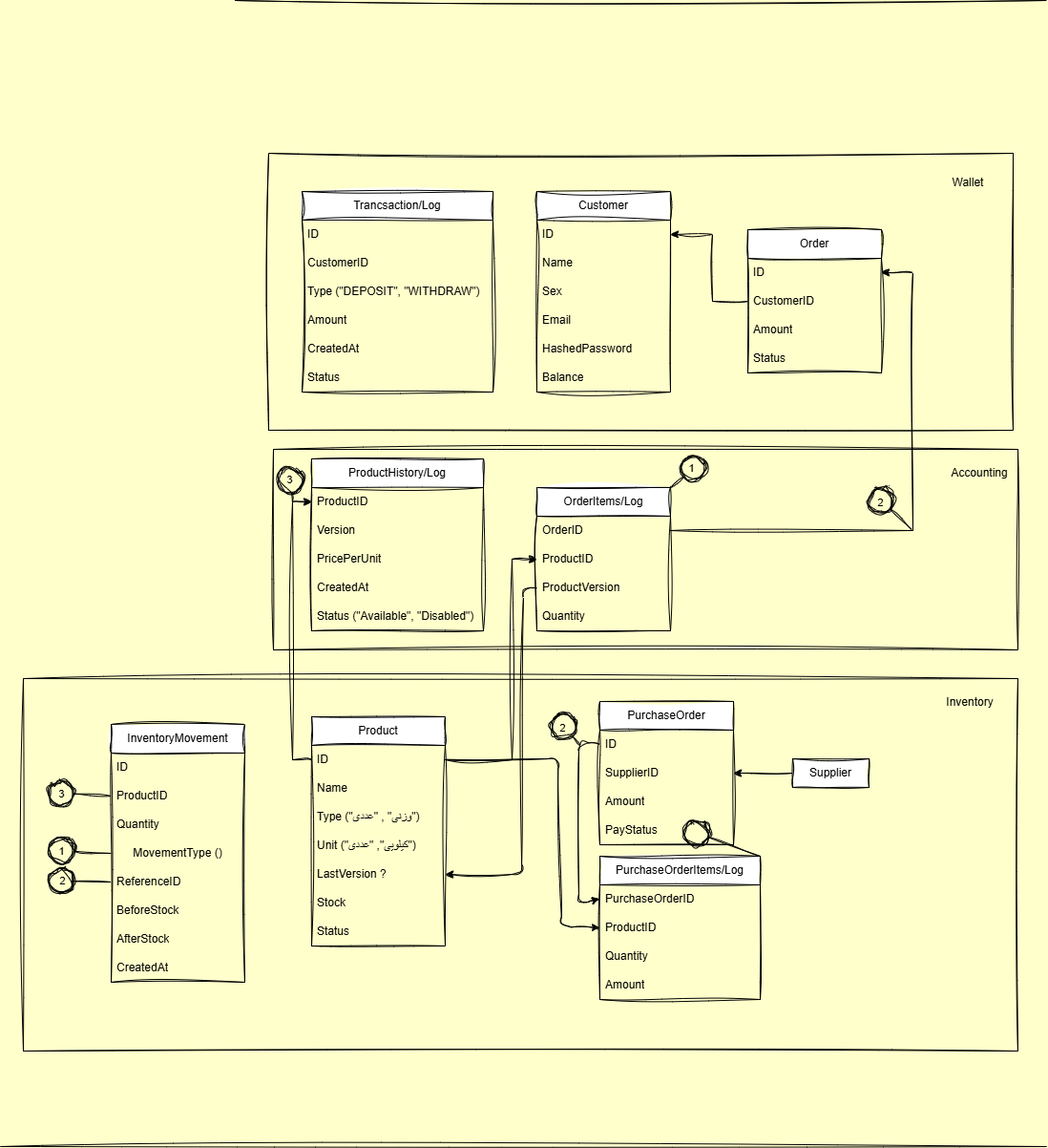
Earlier version of the draw.io export CoffeeShop/diagram.dio.png (imanlangaran/mini-projects). Source tidied: cells renumbered, new cells last; positions are measured from the earlier drawing's top-left corner, leaving out a move shared by most shapes.
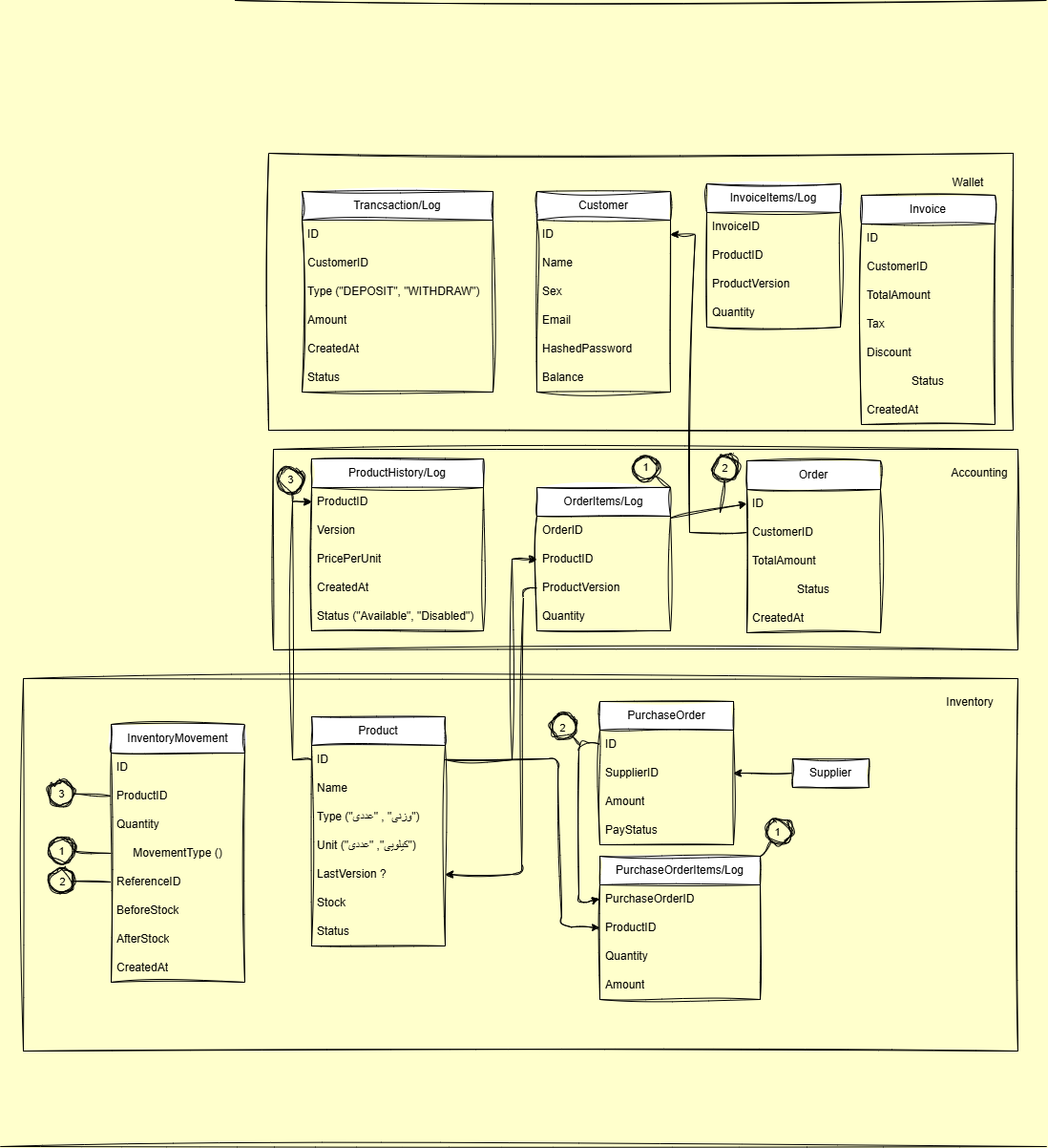
The same file after the commit.

Commit message:
adding invoice and invoice items

The edit, as a diff of the source:
```diff
@@ -78,7 +78,7 @@
       <mxGeometry y="210" width="140" height="30" as="geometry" />
     </mxCell>
     <mxCell id="27" value="Order" style="swimlane;fontStyle=0;horizontal=1;startSize=30;whiteSpace=wrap;html=1;rounded=0;sketch=1;curveFitting=1;jiggle=2;" parent="1" vertex="1">
-      <mxGeometry x="783" y="240" width="140" height="150" as="geometry" />
+      <mxGeometry x="782" y="482" width="140" height="180" as="geometry" />
     </mxCell>
     <mxCell id="28" value="ID" style="text;strokeColor=none;fillColor=none;align=left;verticalAlign=middle;spacingLeft=4;spacingRight=4;overflow=hidden;points=[[0,0.5],[1,0.5]];portConstraint=eastwest;whiteSpace=wrap;html=1;rounded=0;sketch=1;curveFitting=1;jiggle=2;" parent="27" vertex="1">
       <mxGeometry y="30" width="140" height="30" as="geometry" />
@@ -86,18 +86,21 @@
     <mxCell id="29" value="CustomerID" style="text;strokeColor=none;fillColor=none;align=left;verticalAlign=middle;spacingLeft=4;spacingRight=4;overflow=hidden;points=[[0,0.5],[1,0.5]];portConstraint=eastwest;whiteSpace=wrap;html=1;rounded=0;sketch=1;curveFitting=1;jiggle=2;" parent="27" vertex="1">
       <mxGeometry y="60" width="140" height="30" as="geometry" />
     </mxCell>
-    <mxCell id="30" value="Amount" style="text;strokeColor=none;fillColor=none;align=left;verticalAlign=middle;spacingLeft=4;spacingRight=4;overflow=hidden;whiteSpace=wrap;html=1;rounded=0;sketch=1;curveFitting=1;jiggle=2;" parent="27" vertex="1">
+    <mxCell id="30" value="TotalAmount" style="text;strokeColor=none;fillColor=none;align=left;verticalAlign=middle;spacingLeft=4;spacingRight=4;overflow=hidden;whiteSpace=wrap;html=1;rounded=0;sketch=1;curveFitting=1;jiggle=2;" parent="27" vertex="1">
       <mxGeometry y="90" width="140" height="30" as="geometry" />
     </mxCell>
-    <mxCell id="31" value="Status" style="text;strokeColor=none;fillColor=none;align=left;verticalAlign=middle;spacingLeft=4;spacingRight=4;overflow=hidden;whiteSpace=wrap;html=1;rounded=0;sketch=1;curveFitting=1;jiggle=2;" parent="27" vertex="1">
-      <mxGeometry y="120" width="140" height="30" as="geometry" />
-    </mxCell>
+    <mxCell id="91" value="&lt;span style=&quot;color: rgb(0, 0, 0);&quot;&gt;Status&lt;/span&gt;" style="swimlane;fontStyle=0;horizontal=1;startSize=30;whiteSpace=wrap;html=1;fillColor=none;strokeColor=none;fillStyle=auto;rounded=0;glass=0;shadow=0;swimlaneFillColor=#FFB366;align=center;sketch=1;curveFitting=1;jiggle=2;" parent="27" vertex="1" collapsed="1">
+      <mxGeometry y="120" width="140" height="30" as="geometry" />
+    </mxCell>
+    <mxCell id="92" value="CreatedAt" style="text;strokeColor=none;fillColor=none;align=left;verticalAlign=middle;spacingLeft=4;spacingRight=4;overflow=hidden;whiteSpace=wrap;html=1;rounded=0;sketch=1;curveFitting=1;jiggle=2;" parent="27" vertex="1">
+      <mxGeometry y="150" width="140" height="30" as="geometry" />
+    </mxCell>
-    <mxCell id="32" style="edgeStyle=none;html=1;exitX=1;exitY=0;exitDx=0;exitDy=0;endArrow=oval;endFill=0;strokeWidth=1;endSize=26;entryX=0.564;entryY=0.095;entryDx=0;entryDy=0;entryPerimeter=0;rounded=0;curved=0;targetPerimeterSpacing=0;sketch=1;curveFitting=1;jiggle=2;" parent="1" edge="1" source="34" target="4">
+    <mxCell id="32" style="edgeStyle=none;html=1;exitX=1;exitY=0;exitDx=0;exitDy=0;endArrow=oval;endFill=0;strokeWidth=1;endSize=26;entryX=0.5;entryY=0.095;entryDx=0;entryDy=0;entryPerimeter=0;rounded=0;curved=0;targetPerimeterSpacing=0;sketch=1;curveFitting=1;jiggle=2;" parent="1" edge="1" source="34" target="4">
       <mxGeometry relative="1" as="geometry" />
     </mxCell>
     <mxCell id="33" value="1" style="edgeLabel;html=1;align=center;verticalAlign=middle;labelBackgroundColor=none;sketch=1;curveFitting=1;jiggle=2;" parent="32" vertex="1">
       <mxGeometry x="0.33" y="-3" relative="1" as="geometry">
-        <mxPoint x="4" y="-9" as="offset" />
+        <mxPoint x="-11" y="-6" as="offset" />
       </mxGeometry>
     </mxCell>
     <mxCell id="34" value="OrderItems/Log" style="swimlane;fontStyle=0;horizontal=1;startSize=30;whiteSpace=wrap;html=1;rounded=0;sketch=1;curveFitting=1;jiggle=2;" parent="1" vertex="1">
@@ -115,19 +118,14 @@
     <mxCell id="38" value="Quantity" style="text;strokeColor=none;fillColor=none;align=left;verticalAlign=middle;spacingLeft=4;spacingRight=4;overflow=hidden;whiteSpace=wrap;html=1;rounded=0;sketch=1;curveFitting=1;jiggle=2;" parent="34" vertex="1">
       <mxGeometry y="120" width="140" height="30" as="geometry" />
     </mxCell>
-    <mxCell id="39" style="edgeStyle=none;html=1;entryX=1;entryY=0.5;entryDx=0;entryDy=0;rounded=0;sketch=1;curveFitting=1;jiggle=2;" parent="1" edge="1" source="35" target="28">
-      <mxGeometry relative="1" as="geometry">
-        <Array as="points">
-          <mxPoint x="956" y="555" />
-          <mxPoint x="956" y="285" />
-        </Array>
-      </mxGeometry>
+    <mxCell id="39" style="edgeStyle=none;html=1;entryX=0;entryY=0.5;entryDx=0;entryDy=0;rounded=0;sketch=1;curveFitting=1;jiggle=2;" parent="1" edge="1" source="35" target="28">
+      <mxGeometry relative="1" as="geometry" />
     </mxCell>
     <mxCell id="40" style="edgeStyle=none;html=1;entryX=1;entryY=0.5;entryDx=0;entryDy=0;rounded=0;sketch=1;curveFitting=1;jiggle=2;" parent="1" edge="1" source="29" target="6">
       <mxGeometry relative="1" as="geometry">
         <Array as="points">
-          <mxPoint x="746" y="315" />
-          <mxPoint x="746" y="245" />
+          <mxPoint x="722" y="557" />
+          <mxPoint x="728" y="245" />
         </Array>
       </mxGeometry>
     </mxCell>
@@ -272,7 +270,7 @@
     <mxCell id="77" value="CreatedAt" style="text;strokeColor=none;fillColor=none;align=left;verticalAlign=middle;spacingLeft=4;spacingRight=4;overflow=hidden;whiteSpace=wrap;html=1;sketch=1;curveFitting=1;jiggle=2;" parent="67" vertex="1">
       <mxGeometry y="240" width="140" height="30" as="geometry" />
     </mxCell>
-    <mxCell id="78" style="edgeStyle=none;html=1;exitX=1;exitY=0;exitDx=0;exitDy=0;entryX=0.677;entryY=0.415;entryDx=0;entryDy=0;entryPerimeter=0;endSize=26;endArrow=oval;endFill=0;sketch=1;curveFitting=1;jiggle=2;" parent="1" edge="1" source="47" target="2">
+    <mxCell id="78" style="edgeStyle=none;html=1;exitX=1;exitY=0;exitDx=0;exitDy=0;entryX=0.76;entryY=0.41;entryDx=0;entryDy=0;entryPerimeter=0;endSize=26;endArrow=oval;endFill=0;sketch=1;curveFitting=1;jiggle=2;" parent="1" edge="1" source="47" target="2">
       <mxGeometry relative="1" as="geometry" />
     </mxCell>
     <mxCell id="79" value="1" style="edgeLabel;html=1;align=center;verticalAlign=middle;labelBackgroundColor=none;sketch=1;curveFitting=1;jiggle=2;" parent="78" vertex="1">
@@ -288,15 +286,14 @@
         </Array>
       </mxGeometry>
     </mxCell>
-    <mxCell id="81" style="edgeStyle=none;html=1;endArrow=oval;endFill=0;endSize=26;exitX=0.833;exitY=0.371;exitDx=0;exitDy=0;exitPerimeter=0;sketch=1;curveFitting=1;jiggle=2;" parent="1" edge="1">
+    <mxCell id="81" style="edgeStyle=none;html=1;endArrow=oval;endFill=0;endSize=26;sketch=1;curveFitting=1;jiggle=2;entryX=0.608;entryY=0.095;entryDx=0;entryDy=0;entryPerimeter=0;" parent="1" edge="1" target="4">
       <mxGeometry relative="1" as="geometry">
-        <mxPoint x="954.7" y="554" as="sourcePoint" />
-        <mxPoint x="923" y="524" as="targetPoint" />
+        <mxPoint x="754" y="536" as="sourcePoint" />
       </mxGeometry>
     </mxCell>
     <mxCell id="82" value="2" style="edgeLabel;html=1;align=center;verticalAlign=middle;labelBackgroundColor=none;sketch=1;curveFitting=1;jiggle=2;" parent="81" vertex="1">
       <mxGeometry x="1" y="7" relative="1" as="geometry">
-        <mxPoint x="4" y="-3" as="offset" />
+        <mxPoint x="5" y="1" as="offset" />
       </mxGeometry>
     </mxCell>
     <mxCell id="83" style="edgeStyle=none;html=1;endArrow=oval;endFill=0;endSize=26;exitX=0.833;exitY=0.371;exitDx=0;exitDy=0;exitPerimeter=0;sketch=1;curveFitting=1;jiggle=2;" parent="1" edge="1">
@@ -341,5 +338,44 @@
         <mxPoint x="6" y="-1" as="offset" />
       </mxGeometry>
     </mxCell>
+    <mxCell id="93" value="Invoice" style="swimlane;fontStyle=0;horizontal=1;startSize=30;whiteSpace=wrap;html=1;rounded=0;sketch=1;curveFitting=1;jiggle=2;" parent="1" vertex="1">
+      <mxGeometry x="902" y="204" width="140" height="240" as="geometry" />
+    </mxCell>
+    <mxCell id="94" value="ID" style="text;strokeColor=none;fillColor=none;align=left;verticalAlign=middle;spacingLeft=4;spacingRight=4;overflow=hidden;whiteSpace=wrap;html=1;rounded=0;sketch=1;curveFitting=1;jiggle=2;" parent="93" vertex="1">
+      <mxGeometry y="30" width="140" height="30" as="geometry" />
+    </mxCell>
+    <mxCell id="95" value="CustomerID" style="text;strokeColor=none;fillColor=none;align=left;verticalAlign=middle;spacingLeft=4;spacingRight=4;overflow=hidden;whiteSpace=wrap;html=1;rounded=0;sketch=1;curveFitting=1;jiggle=2;" parent="93" vertex="1">
+      <mxGeometry y="60" width="140" height="30" as="geometry" />
+    </mxCell>
+    <mxCell id="96" value="TotalAmount" style="text;strokeColor=none;fillColor=none;align=left;verticalAlign=middle;spacingLeft=4;spacingRight=4;overflow=hidden;whiteSpace=wrap;html=1;rounded=0;sketch=1;curveFitting=1;jiggle=2;" parent="93" vertex="1">
+      <mxGeometry y="90" width="140" height="30" as="geometry" />
+    </mxCell>
+    <mxCell id="97" value="Tax" style="text;strokeColor=none;fillColor=none;align=left;verticalAlign=middle;spacingLeft=4;spacingRight=4;overflow=hidden;whiteSpace=wrap;html=1;rounded=0;sketch=1;curveFitting=1;jiggle=2;" parent="93" vertex="1">
+      <mxGeometry y="120" width="140" height="30" as="geometry" />
+    </mxCell>
+    <mxCell id="98" value="Discount" style="text;strokeColor=none;fillColor=none;align=left;verticalAlign=middle;spacingLeft=4;spacingRight=4;overflow=hidden;whiteSpace=wrap;html=1;rounded=0;sketch=1;curveFitting=1;jiggle=2;" parent="93" vertex="1">
+      <mxGeometry y="150" width="140" height="30" as="geometry" />
+    </mxCell>
+    <mxCell id="99" value="&lt;span style=&quot;color: rgb(0, 0, 0);&quot;&gt;Status&lt;/span&gt;" style="swimlane;fontStyle=0;horizontal=1;startSize=30;whiteSpace=wrap;html=1;fillColor=none;strokeColor=none;fillStyle=auto;rounded=0;glass=0;shadow=0;swimlaneFillColor=#FFB366;align=center;sketch=1;curveFitting=1;jiggle=2;" parent="93" vertex="1" collapsed="1">
+      <mxGeometry y="180" width="140" height="30" as="geometry" />
+    </mxCell>
+    <mxCell id="100" value="CreatedAt" style="text;strokeColor=none;fillColor=none;align=left;verticalAlign=middle;spacingLeft=4;spacingRight=4;overflow=hidden;whiteSpace=wrap;html=1;rounded=0;sketch=1;curveFitting=1;jiggle=2;" parent="93" vertex="1">
+      <mxGeometry y="210" width="140" height="30" as="geometry" />
+    </mxCell>
+    <mxCell id="101" value="InvoiceItems/Log" style="swimlane;fontStyle=0;horizontal=1;startSize=30;whiteSpace=wrap;html=1;rounded=0;sketch=1;curveFitting=1;jiggle=2;" parent="1" vertex="1">
+      <mxGeometry x="740" y="192" width="140" height="150" as="geometry" />
+    </mxCell>
+    <mxCell id="102" value="InvoiceID" style="text;strokeColor=none;fillColor=none;align=left;verticalAlign=middle;spacingLeft=4;spacingRight=4;overflow=hidden;whiteSpace=wrap;html=1;rounded=0;sketch=1;curveFitting=1;jiggle=2;" parent="101" vertex="1">
+      <mxGeometry y="30" width="140" height="30" as="geometry" />
+    </mxCell>
+    <mxCell id="103" value="ProductID" style="text;strokeColor=none;fillColor=none;align=left;verticalAlign=middle;spacingLeft=4;spacingRight=4;overflow=hidden;whiteSpace=wrap;html=1;rounded=0;sketch=1;curveFitting=1;jiggle=2;" parent="101" vertex="1">
+      <mxGeometry y="60" width="140" height="30" as="geometry" />
+    </mxCell>
+    <mxCell id="104" value="ProductVersion" style="text;strokeColor=none;fillColor=none;align=left;verticalAlign=middle;spacingLeft=4;spacingRight=4;overflow=hidden;whiteSpace=wrap;html=1;rounded=0;sketch=1;curveFitting=1;jiggle=2;" parent="101" vertex="1">
+      <mxGeometry y="90" width="140" height="30" as="geometry" />
+    </mxCell>
+    <mxCell id="105" value="Quantity" style="text;strokeColor=none;fillColor=none;align=left;verticalAlign=middle;spacingLeft=4;spacingRight=4;overflow=hidden;whiteSpace=wrap;html=1;rounded=0;sketch=1;curveFitting=1;jiggle=2;" parent="101" vertex="1">
+      <mxGeometry y="120" width="140" height="30" as="geometry" />
+    </mxCell>
   </root>
 </mxGraphModel>
```
